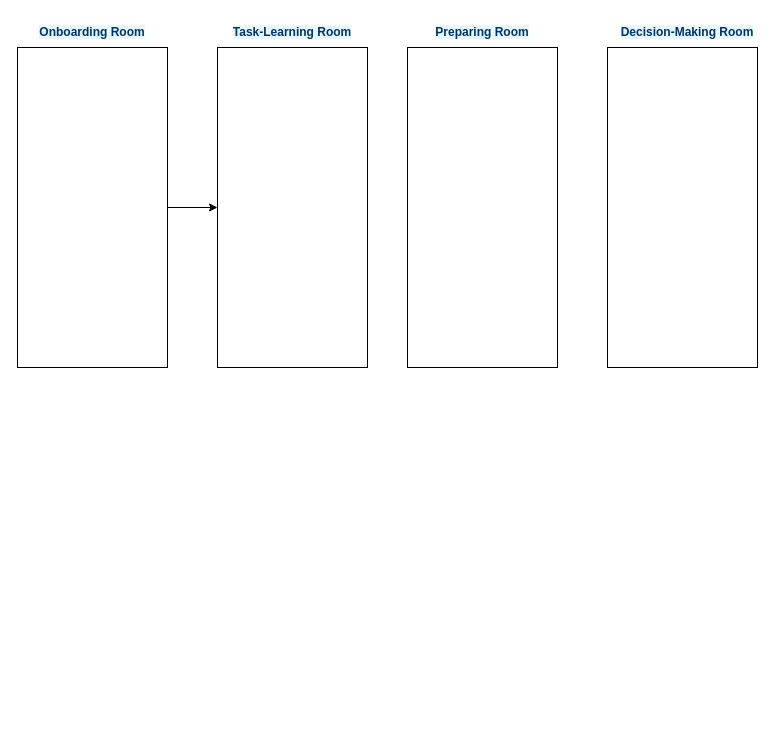
This is EER.drawio from Hankant/-, a draw.io file, before an edit. Source tidied: cells renumbered, new cells numbered last; positions are measured from the earlier drawing's top-left corner, leaving out a move shared by most shapes. Both pictures are drawn from the tidied source at 100%, with x=0, y=0 at pixel (17, 17).
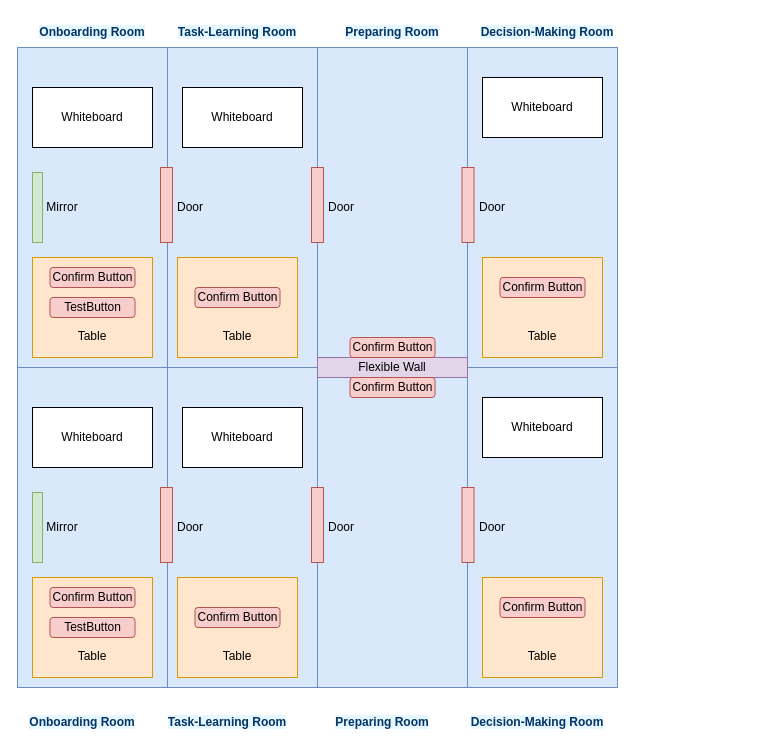
The same page after the edit.

Change to the diagram source:
```diff
@@
-    <mxCell id="2" style="rounded=0;whiteSpace=wrap;html=1;" parent="1" vertex="1">
+    <mxCell id="2" style="rounded=0;whiteSpace=wrap;html=1;fillColor=#dae8fc;strokeColor=#6c8ebf;" parent="1" vertex="1">
       <mxGeometry y="30" width="150" height="320" as="geometry" />
     </mxCell>
-    <mxCell id="3" style="rounded=0;whiteSpace=wrap;html=1;" parent="1" vertex="1">
-      <mxGeometry x="390" y="30" width="150" height="320" as="geometry" />
+    <mxCell id="3" style="rounded=0;whiteSpace=wrap;html=1;fillColor=#dae8fc;strokeColor=#6c8ebf;" parent="1" vertex="1">
+      <mxGeometry x="300" y="30" width="150" height="320" as="geometry" />
     </mxCell>
-    <mxCell id="4" style="edgeStyle=orthogonalEdgeStyle;rounded=0;jettySize=auto;html=1;" parent="1" edge="1" source="2" target="5">
-      <mxGeometry relative="1" as="geometry" />
-    </mxCell>
-    <mxCell id="5" style="rounded=0;whiteSpace=wrap;html=1;" parent="1" vertex="1">
-      <mxGeometry x="200" y="30" width="150" height="320" as="geometry" />
+    <mxCell id="5" style="rounded=0;whiteSpace=wrap;html=1;fillColor=#dae8fc;strokeColor=#6c8ebf;" parent="1" vertex="1">
+      <mxGeometry x="150" y="30" width="150" height="320" as="geometry" />
     </mxCell>
-    <mxCell id="6" style="rounded=0;whiteSpace=wrap;html=1;" parent="1" vertex="1">
-      <mxGeometry x="590" y="30" width="150" height="320" as="geometry" />
+    <mxCell id="6" style="rounded=0;whiteSpace=wrap;html=1;fillColor=#dae8fc;strokeColor=#6c8ebf;" parent="1" vertex="1">
+      <mxGeometry x="450" y="30" width="150" height="320" as="geometry" />
     </mxCell>
@@
     <mxCell id="8" value="&lt;span style=&quot;color: rgb(0, 51, 102); font-family: Arial, sans-serif; font-weight: 700; background-color: rgb(230, 247, 255);&quot;&gt;Task-Learning Room&lt;/span&gt;" style="text;html=1;align=center;verticalAlign=middle;whiteSpace=wrap;rounded=0;" parent="1" vertex="1">
-      <mxGeometry x="210" width="130" height="30" as="geometry" />
+      <mxGeometry x="155" width="130" height="30" as="geometry" />
     </mxCell>
     <mxCell id="9" value="&lt;span style=&quot;color: rgb(0, 51, 102); font-family: Arial, sans-serif; font-weight: 700; background-color: rgb(230, 247, 255);&quot;&gt;Preparing Room&lt;/span&gt;" style="text;html=1;align=center;verticalAlign=middle;whiteSpace=wrap;rounded=0;" parent="1" vertex="1">
-      <mxGeometry x="400" width="130" height="30" as="geometry" />
+      <mxGeometry x="310" width="130" height="30" as="geometry" />
     </mxCell>
     <mxCell id="10" value="&lt;span style=&quot;color: rgb(0, 51, 102); font-family: Arial, sans-serif; font-weight: 700; background-color: rgb(230, 247, 255);&quot;&gt;Decision-Making Room&lt;/span&gt;" style="text;html=1;align=center;verticalAlign=middle;whiteSpace=wrap;rounded=0;" parent="1" vertex="1">
-      <mxGeometry x="600" width="140" height="30" as="geometry" />
+      <mxGeometry x="460" width="140" height="30" as="geometry" />
     </mxCell>
+    <mxCell id="11" value="Whiteboard" style="rounded=0;whiteSpace=wrap;html=1;" parent="1" vertex="1">
+      <mxGeometry x="15" y="70" width="120" height="60" as="geometry" />
+    </mxCell>
+    <mxCell id="12" style="rounded=0;whiteSpace=wrap;html=1;fillColor=#d5e8d4;strokeColor=#82b366;" parent="1" vertex="1">
+      <mxGeometry x="15" y="155" width="10" height="70" as="geometry" />
+    </mxCell>
+    <mxCell id="13" value="Mirror" style="text;html=1;align=center;verticalAlign=middle;whiteSpace=wrap;rounded=0;" parent="1" vertex="1">
+      <mxGeometry x="15" y="175" width="60" height="30" as="geometry" />
+    </mxCell>
+    <mxCell id="14" value="Whiteboard" style="rounded=0;whiteSpace=wrap;html=1;" parent="1" vertex="1">
+      <mxGeometry x="165" y="70" width="120" height="60" as="geometry" />
+    </mxCell>
+    <mxCell id="15" value="&lt;div&gt;&lt;br&gt;&lt;/div&gt;&lt;div&gt;&lt;br&gt;&lt;/div&gt;&lt;div&gt;&lt;br&gt;&lt;/div&gt;&lt;div&gt;&lt;br&gt;&lt;/div&gt;Table" style="rounded=0;whiteSpace=wrap;html=1;fillColor=#ffe6cc;strokeColor=#d79b00;" parent="1" vertex="1">
+      <mxGeometry x="160" y="240" width="120" height="100" as="geometry" />
+    </mxCell>
+    <mxCell id="16" value="&lt;div&gt;&lt;br&gt;&lt;/div&gt;&lt;div&gt;&lt;br&gt;&lt;/div&gt;&lt;div&gt;&lt;br&gt;&lt;/div&gt;&lt;div&gt;&lt;br&gt;&lt;/div&gt;Table" style="rounded=0;whiteSpace=wrap;html=1;fillColor=#ffe6cc;strokeColor=#d79b00;" parent="1" vertex="1">
+      <mxGeometry x="15" y="240" width="120" height="100" as="geometry" />
+    </mxCell>
+    <mxCell id="17" value="Confirm Button" style="rounded=1;whiteSpace=wrap;html=1;fillColor=#f8cecc;strokeColor=#b85450;" parent="1" vertex="1">
+      <mxGeometry x="32.5" y="250" width="85" height="20" as="geometry" />
+    </mxCell>
+    <mxCell id="18" value="TestButton" style="rounded=1;whiteSpace=wrap;html=1;fillColor=#f8cecc;strokeColor=#b85450;" parent="1" vertex="1">
+      <mxGeometry x="32.5" y="280" width="85" height="20" as="geometry" />
+    </mxCell>
+    <mxCell id="19" value="Confirm Button" style="rounded=1;whiteSpace=wrap;html=1;fillColor=#f8cecc;strokeColor=#b85450;" parent="1" vertex="1">
+      <mxGeometry x="177.5" y="270" width="85" height="20" as="geometry" />
+    </mxCell>
+    <mxCell id="20" style="rounded=0;whiteSpace=wrap;html=1;fillColor=#f8cecc;strokeColor=#b85450;" parent="1" vertex="1">
+      <mxGeometry x="143" y="150" width="12" height="75" as="geometry" />
+    </mxCell>
+    <mxCell id="21" value="Door" style="text;html=1;align=center;verticalAlign=middle;whiteSpace=wrap;rounded=0;" parent="1" vertex="1">
+      <mxGeometry x="143" y="175" width="60" height="30" as="geometry" />
+    </mxCell>
+    <mxCell id="22" value="Whiteboard" style="rounded=0;whiteSpace=wrap;html=1;" parent="1" vertex="1">
+      <mxGeometry x="465" y="60" width="120" height="60" as="geometry" />
+    </mxCell>
+    <mxCell id="23" value="&lt;div&gt;&lt;br&gt;&lt;/div&gt;&lt;div&gt;&lt;br&gt;&lt;/div&gt;&lt;div&gt;&lt;br&gt;&lt;/div&gt;&lt;div&gt;&lt;br&gt;&lt;/div&gt;Table" style="rounded=0;whiteSpace=wrap;html=1;fillColor=#ffe6cc;strokeColor=#d79b00;" parent="1" vertex="1">
+      <mxGeometry x="465" y="240" width="120" height="100" as="geometry" />
+    </mxCell>
+    <mxCell id="24" value="Confirm Button" style="rounded=1;whiteSpace=wrap;html=1;fillColor=#f8cecc;strokeColor=#b85450;" parent="1" vertex="1">
+      <mxGeometry x="482.5" y="260" width="85" height="20" as="geometry" />
+    </mxCell>
+    <mxCell id="25" style="rounded=0;whiteSpace=wrap;html=1;fillColor=#f8cecc;strokeColor=#b85450;" parent="1" vertex="1">
+      <mxGeometry x="294" y="150" width="12" height="75" as="geometry" />
+    </mxCell>
+    <mxCell id="26" value="Door" style="text;html=1;align=center;verticalAlign=middle;whiteSpace=wrap;rounded=0;" parent="1" vertex="1">
+      <mxGeometry x="294" y="175" width="60" height="30" as="geometry" />
+    </mxCell>
+    <mxCell id="27" style="rounded=0;whiteSpace=wrap;html=1;fillColor=#f8cecc;strokeColor=#b85450;" parent="1" vertex="1">
+      <mxGeometry x="444.5" y="150" width="12" height="75" as="geometry" />
+    </mxCell>
+    <mxCell id="28" value="Door" style="text;html=1;align=center;verticalAlign=middle;whiteSpace=wrap;rounded=0;" parent="1" vertex="1">
+      <mxGeometry x="444.5" y="175" width="60" height="30" as="geometry" />
+    </mxCell>
+    <mxCell id="29" style="rounded=0;whiteSpace=wrap;html=1;fillColor=#dae8fc;strokeColor=#6c8ebf;" parent="1" vertex="1">
+      <mxGeometry y="350" width="150" height="320" as="geometry" />
+    </mxCell>
+    <mxCell id="30" style="rounded=0;whiteSpace=wrap;html=1;fillColor=#dae8fc;strokeColor=#6c8ebf;" parent="1" vertex="1">
+      <mxGeometry x="300" y="350" width="150" height="320" as="geometry" />
+    </mxCell>
+    <mxCell id="31" style="rounded=0;whiteSpace=wrap;html=1;fillColor=#dae8fc;strokeColor=#6c8ebf;" parent="1" vertex="1">
+      <mxGeometry x="150" y="350" width="150" height="320" as="geometry" />
+    </mxCell>
+    <mxCell id="32" style="rounded=0;whiteSpace=wrap;html=1;fillColor=#dae8fc;strokeColor=#6c8ebf;" parent="1" vertex="1">
+      <mxGeometry x="450" y="350" width="150" height="320" as="geometry" />
+    </mxCell>
+    <mxCell id="33" value="&lt;span style=&quot;color: rgb(0, 51, 102); font-family: Arial, sans-serif; font-weight: 700; background-color: rgb(230, 247, 255);&quot;&gt;Onboarding Room&lt;/span&gt;" style="text;html=1;align=center;verticalAlign=middle;whiteSpace=wrap;rounded=0;" parent="1" vertex="1">
+      <mxGeometry y="690" width="130" height="30" as="geometry" />
+    </mxCell>
+    <mxCell id="34" value="&lt;span style=&quot;color: rgb(0, 51, 102); font-family: Arial, sans-serif; font-weight: 700; background-color: rgb(230, 247, 255);&quot;&gt;Task-Learning Room&lt;/span&gt;" style="text;html=1;align=center;verticalAlign=middle;whiteSpace=wrap;rounded=0;" parent="1" vertex="1">
+      <mxGeometry x="145" y="690" width="130" height="30" as="geometry" />
+    </mxCell>
+    <mxCell id="35" value="&lt;span style=&quot;color: rgb(0, 51, 102); font-family: Arial, sans-serif; font-weight: 700; background-color: rgb(230, 247, 255);&quot;&gt;Preparing Room&lt;/span&gt;" style="text;html=1;align=center;verticalAlign=middle;whiteSpace=wrap;rounded=0;" parent="1" vertex="1">
+      <mxGeometry x="300" y="690" width="130" height="30" as="geometry" />
+    </mxCell>
+    <mxCell id="36" value="&lt;span style=&quot;color: rgb(0, 51, 102); font-family: Arial, sans-serif; font-weight: 700; background-color: rgb(230, 247, 255);&quot;&gt;Decision-Making Room&lt;/span&gt;" style="text;html=1;align=center;verticalAlign=middle;whiteSpace=wrap;rounded=0;" parent="1" vertex="1">
+      <mxGeometry x="450" y="690" width="140" height="30" as="geometry" />
+    </mxCell>
+    <mxCell id="37" value="Whiteboard" style="rounded=0;whiteSpace=wrap;html=1;" parent="1" vertex="1">
+      <mxGeometry x="15" y="390" width="120" height="60" as="geometry" />
+    </mxCell>
+    <mxCell id="38" style="rounded=0;whiteSpace=wrap;html=1;fillColor=#d5e8d4;strokeColor=#82b366;" parent="1" vertex="1">
+      <mxGeometry x="15" y="475" width="10" height="70" as="geometry" />
+    </mxCell>
+    <mxCell id="39" value="Mirror" style="text;html=1;align=center;verticalAlign=middle;whiteSpace=wrap;rounded=0;" parent="1" vertex="1">
+      <mxGeometry x="15" y="495" width="60" height="30" as="geometry" />
+    </mxCell>
+    <mxCell id="40" value="Whiteboard" style="rounded=0;whiteSpace=wrap;html=1;" parent="1" vertex="1">
+      <mxGeometry x="165" y="390" width="120" height="60" as="geometry" />
+    </mxCell>
+    <mxCell id="41" value="&lt;div&gt;&lt;br&gt;&lt;/div&gt;&lt;div&gt;&lt;br&gt;&lt;/div&gt;&lt;div&gt;&lt;br&gt;&lt;/div&gt;&lt;div&gt;&lt;br&gt;&lt;/div&gt;Table" style="rounded=0;whiteSpace=wrap;html=1;fillColor=#ffe6cc;strokeColor=#d79b00;" parent="1" vertex="1">
+      <mxGeometry x="160" y="560" width="120" height="100" as="geometry" />
+    </mxCell>
+    <mxCell id="42" value="&lt;div&gt;&lt;br&gt;&lt;/div&gt;&lt;div&gt;&lt;br&gt;&lt;/div&gt;&lt;div&gt;&lt;br&gt;&lt;/div&gt;&lt;div&gt;&lt;br&gt;&lt;/div&gt;Table" style="rounded=0;whiteSpace=wrap;html=1;fillColor=#ffe6cc;strokeColor=#d79b00;" parent="1" vertex="1">
+      <mxGeometry x="15" y="560" width="120" height="100" as="geometry" />
+    </mxCell>
+    <mxCell id="43" value="Confirm Button" style="rounded=1;whiteSpace=wrap;html=1;fillColor=#f8cecc;strokeColor=#b85450;" parent="1" vertex="1">
+      <mxGeometry x="32.5" y="570" width="85" height="20" as="geometry" />
+    </mxCell>
+    <mxCell id="44" value="TestButton" style="rounded=1;whiteSpace=wrap;html=1;fillColor=#f8cecc;strokeColor=#b85450;" parent="1" vertex="1">
+      <mxGeometry x="32.5" y="600" width="85" height="20" as="geometry" />
+    </mxCell>
+    <mxCell id="45" value="Confirm Button" style="rounded=1;whiteSpace=wrap;html=1;fillColor=#f8cecc;strokeColor=#b85450;" parent="1" vertex="1">
+      <mxGeometry x="177.5" y="590" width="85" height="20" as="geometry" />
+    </mxCell>
+    <mxCell id="46" style="rounded=0;whiteSpace=wrap;html=1;fillColor=#f8cecc;strokeColor=#b85450;" parent="1" vertex="1">
+      <mxGeometry x="143" y="470" width="12" height="75" as="geometry" />
+    </mxCell>
+    <mxCell id="47" value="Door" style="text;html=1;align=center;verticalAlign=middle;whiteSpace=wrap;rounded=0;" parent="1" vertex="1">
+      <mxGeometry x="143" y="495" width="60" height="30" as="geometry" />
+    </mxCell>
+    <mxCell id="48" value="Whiteboard" style="rounded=0;whiteSpace=wrap;html=1;" parent="1" vertex="1">
+      <mxGeometry x="465" y="380" width="120" height="60" as="geometry" />
+    </mxCell>
+    <mxCell id="49" value="&lt;div&gt;&lt;br&gt;&lt;/div&gt;&lt;div&gt;&lt;br&gt;&lt;/div&gt;&lt;div&gt;&lt;br&gt;&lt;/div&gt;&lt;div&gt;&lt;br&gt;&lt;/div&gt;Table" style="rounded=0;whiteSpace=wrap;html=1;fillColor=#ffe6cc;strokeColor=#d79b00;" parent="1" vertex="1">
+      <mxGeometry x="465" y="560" width="120" height="100" as="geometry" />
+    </mxCell>
+    <mxCell id="50" value="Confirm Button" style="rounded=1;whiteSpace=wrap;html=1;fillColor=#f8cecc;strokeColor=#b85450;" parent="1" vertex="1">
+      <mxGeometry x="482.5" y="580" width="85" height="20" as="geometry" />
+    </mxCell>
+    <mxCell id="51" style="rounded=0;whiteSpace=wrap;html=1;fillColor=#f8cecc;strokeColor=#b85450;" parent="1" vertex="1">
+      <mxGeometry x="294" y="470" width="12" height="75" as="geometry" />
+    </mxCell>
+    <mxCell id="52" value="Door" style="text;html=1;align=center;verticalAlign=middle;whiteSpace=wrap;rounded=0;" parent="1" vertex="1">
+      <mxGeometry x="294" y="495" width="60" height="30" as="geometry" />
+    </mxCell>
+    <mxCell id="53" style="rounded=0;whiteSpace=wrap;html=1;fillColor=#f8cecc;strokeColor=#b85450;" parent="1" vertex="1">
+      <mxGeometry x="444.5" y="470" width="12" height="75" as="geometry" />
+    </mxCell>
+    <mxCell id="54" value="Door" style="text;html=1;align=center;verticalAlign=middle;whiteSpace=wrap;rounded=0;" parent="1" vertex="1">
+      <mxGeometry x="444.5" y="495" width="60" height="30" as="geometry" />
+    </mxCell>
+    <mxCell id="55" value="Flexible Wall" style="rounded=0;whiteSpace=wrap;html=1;fillColor=#e1d5e7;strokeColor=#9673a6;" parent="1" vertex="1">
+      <mxGeometry x="300" y="340" width="150" height="20" as="geometry" />
+    </mxCell>
+    <mxCell id="56" value="Confirm Button" style="rounded=1;whiteSpace=wrap;html=1;fillColor=#f8cecc;strokeColor=#b85450;" parent="1" vertex="1">
+      <mxGeometry x="332.5" y="360" width="85" height="20" as="geometry" />
+    </mxCell>
+    <mxCell id="57" value="Confirm Button" style="rounded=1;whiteSpace=wrap;html=1;fillColor=#f8cecc;strokeColor=#b85450;" parent="1" vertex="1">
+      <mxGeometry x="332.5" y="320" width="85" height="20" as="geometry" />
+    </mxCell>
```
